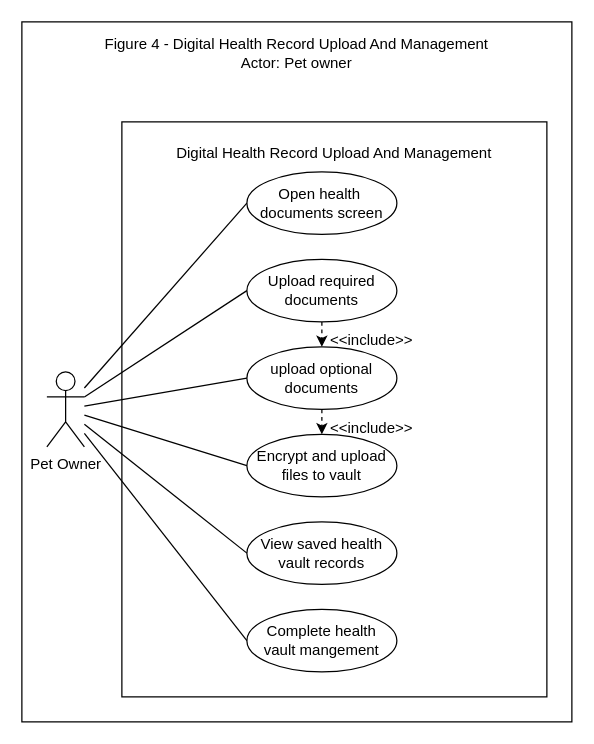
The draw.io diagram page "Fig-4" (4 of 10) of USE-CASE_Diagram_Franco.drawio in Chels013/Breedr-Diagrams, before the edit. Source tidied: cells renumbered, new cells numbered last; positions are measured from the earlier drawing's top-left corner, leaving out a move shared by most shapes. Both pictures are drawn from the tidied source at 125%, with x=0, y=0 at pixel (21, 21).
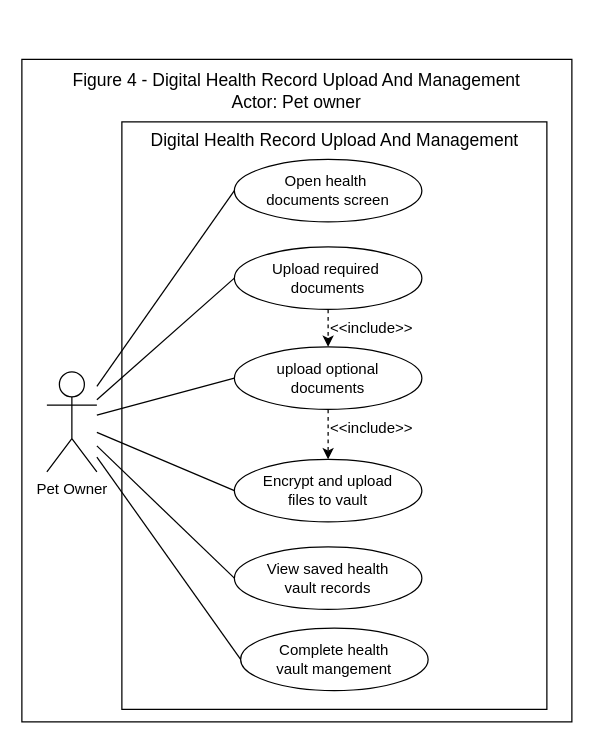
Above is the later version.

Commit message (it also covers changes not shown here):
i revised the figure 8 and change the arrows a little bit

Diff of the diagram source:
```diff
@@
     <mxCell id="2" style="rounded=0;whiteSpace=wrap;html=1;align=center;verticalAlign=middle;fontFamily=Helvetica;fontSize=12;fontColor=default;fillColor=none;gradientColor=none;" parent="1" vertex="1">
-      <mxGeometry width="440" height="560" as="geometry" />
+      <mxGeometry y="30" width="440" height="530" as="geometry" />
     </mxCell>
     <mxCell id="3" style="rounded=0;whiteSpace=wrap;html=1;align=center;verticalAlign=middle;fontFamily=Helvetica;fontSize=12;fontColor=default;fillColor=none;gradientColor=none;" parent="1" vertex="1">
-      <mxGeometry x="80" y="80" width="340" height="460" as="geometry" />
+      <mxGeometry x="80" y="80" width="340" height="470" as="geometry" />
     </mxCell>
     <mxCell id="4" value="Open health&amp;nbsp;&lt;div&gt;documents screen&lt;/div&gt;" style="ellipse;whiteSpace=wrap;html=1;rounded=0;align=center;verticalAlign=middle;fontFamily=Helvetica;fontSize=12;fontColor=default;fillColor=none;gradientColor=none;" parent="1" vertex="1">
-      <mxGeometry x="180" y="120" width="120" height="50" as="geometry" />
+      <mxGeometry x="170" y="110" width="150" height="50" as="geometry" />
     </mxCell>
-    <mxCell id="5" value="Upload required documents" style="ellipse;whiteSpace=wrap;html=1;rounded=0;align=center;verticalAlign=middle;fontFamily=Helvetica;fontSize=12;fontColor=default;fillColor=none;gradientColor=none;" parent="1" vertex="1">
-      <mxGeometry x="180" y="190" width="120" height="50" as="geometry" />
+    <mxCell id="5" value="Upload required&amp;nbsp;&lt;div&gt;documents&lt;/div&gt;" style="ellipse;whiteSpace=wrap;html=1;rounded=0;align=center;verticalAlign=middle;fontFamily=Helvetica;fontSize=12;fontColor=default;fillColor=none;gradientColor=none;" parent="1" vertex="1">
+      <mxGeometry x="170" y="180" width="150" height="50" as="geometry" />
     </mxCell>
     <mxCell id="6" value="upload optional&lt;div&gt;documents&lt;/div&gt;" style="ellipse;whiteSpace=wrap;html=1;rounded=0;align=center;verticalAlign=middle;fontFamily=Helvetica;fontSize=12;fontColor=default;fillColor=none;gradientColor=none;" parent="1" vertex="1">
-      <mxGeometry x="180" y="260" width="120" height="50" as="geometry" />
+      <mxGeometry x="170" y="260" width="150" height="50" as="geometry" />
     </mxCell>
     <mxCell id="7" value="Encrypt and upload&lt;div&gt;files to vault&lt;/div&gt;" style="ellipse;whiteSpace=wrap;html=1;rounded=0;align=center;verticalAlign=middle;fontFamily=Helvetica;fontSize=12;fontColor=default;fillColor=none;gradientColor=none;" parent="1" vertex="1">
-      <mxGeometry x="180" y="330" width="120" height="50" as="geometry" />
+      <mxGeometry x="170" y="350" width="150" height="50" as="geometry" />
     </mxCell>
     <mxCell id="8" value="View saved health&lt;div&gt;vault records&lt;/div&gt;" style="ellipse;whiteSpace=wrap;html=1;rounded=0;align=center;verticalAlign=middle;fontFamily=Helvetica;fontSize=12;fontColor=default;fillColor=none;gradientColor=none;" parent="1" vertex="1">
-      <mxGeometry x="180" y="400" width="120" height="50" as="geometry" />
+      <mxGeometry x="170" y="420" width="150" height="50" as="geometry" />
     </mxCell>
     <mxCell id="9" value="Complete health&lt;div&gt;vault mangement&lt;/div&gt;" style="ellipse;whiteSpace=wrap;html=1;rounded=0;align=center;verticalAlign=middle;fontFamily=Helvetica;fontSize=12;fontColor=default;fillColor=none;gradientColor=none;" parent="1" vertex="1">
-      <mxGeometry x="180" y="470" width="120" height="50" as="geometry" />
+      <mxGeometry x="175" y="485" width="150" height="50" as="geometry" />
     </mxCell>
-    <mxCell id="10" value="Figure 4 - Digital Health Record Upload And Management&lt;div&gt;Actor: Pet owner&lt;/div&gt;" style="text;html=1;align=center;verticalAlign=middle;whiteSpace=wrap;rounded=0;fontFamily=Helvetica;fontSize=12;fontColor=default;" parent="1" vertex="1">
-      <mxGeometry x="50" y="10" width="340" height="30" as="geometry" />
+    <mxCell id="10" value="Figure 4 - Digital Health Record Upload And Management&lt;div&gt;Actor: Pet owner&lt;/div&gt;" style="text;html=1;align=center;verticalAlign=middle;whiteSpace=wrap;rounded=0;fontFamily=Helvetica;fontSize=14;fontColor=default;" parent="1" vertex="1">
+      <mxGeometry x="40" y="40" width="360" height="30" as="geometry" />
     </mxCell>
     <mxCell id="11" value="Pet Owner" style="shape=umlActor;verticalLabelPosition=bottom;verticalAlign=top;html=1;outlineConnect=0;rounded=0;align=center;fontFamily=Helvetica;fontSize=12;fontColor=default;fillColor=none;gradientColor=none;" parent="1" vertex="1">
-      <mxGeometry x="20" y="280" width="30" height="60" as="geometry" />
+      <mxGeometry x="20" y="280" width="40" height="80" as="geometry" />
     </mxCell>
@@
     <mxCell id="19" style="html=1;labelBackgroundColor=#ffffff;startArrow=none;startFill=0;startSize=6;endArrow=classic;endFill=1;endSize=6;jettySize=auto;strokeWidth=1;dashed=1;fontSize=14;fontFamily=Helvetica;fontColor=default;entryX=0.5;entryY=0;entryDx=0;entryDy=0;exitX=0.5;exitY=1;exitDx=0;exitDy=0;" parent="1" edge="1" source="6" target="7">
-      <mxGeometry relative="1" as="geometry">
-        <Array as="points">
-          <mxPoint x="240" y="320" />
-        </Array>
-      </mxGeometry>
+      <mxGeometry relative="1" as="geometry" />
     </mxCell>
     <mxCell id="20" value="&amp;lt;&amp;lt;include&amp;gt;&amp;gt;" style="text;html=1;align=center;verticalAlign=middle;whiteSpace=wrap;rounded=0;fontFamily=Helvetica;fontSize=12;fontColor=default;" parent="1" vertex="1">
-      <mxGeometry x="250" y="250" width="60" height="10" as="geometry" />
+      <mxGeometry x="250" y="240" width="60" height="10" as="geometry" />
     </mxCell>
@@
-    <mxCell id="22" value="&lt;span style=&quot;color: rgb(0, 0, 0);&quot;&gt;Digital Health Record Upload And Management&lt;/span&gt;" style="text;html=1;align=center;verticalAlign=middle;whiteSpace=wrap;rounded=0;fontFamily=Helvetica;fontSize=12;fontColor=default;" parent="1" vertex="1">
-      <mxGeometry x="105" y="90" width="290" height="30" as="geometry" />
+    <mxCell id="22" value="&lt;span style=&quot;color: rgb(0, 0, 0);&quot;&gt;Digital Health Record Upload And Management&lt;/span&gt;" style="text;html=1;align=center;verticalAlign=middle;whiteSpace=wrap;rounded=0;fontFamily=Helvetica;fontSize=14;fontColor=default;" parent="1" vertex="1">
+      <mxGeometry x="97.5" y="80" width="305" height="30" as="geometry" />
     </mxCell>
```
